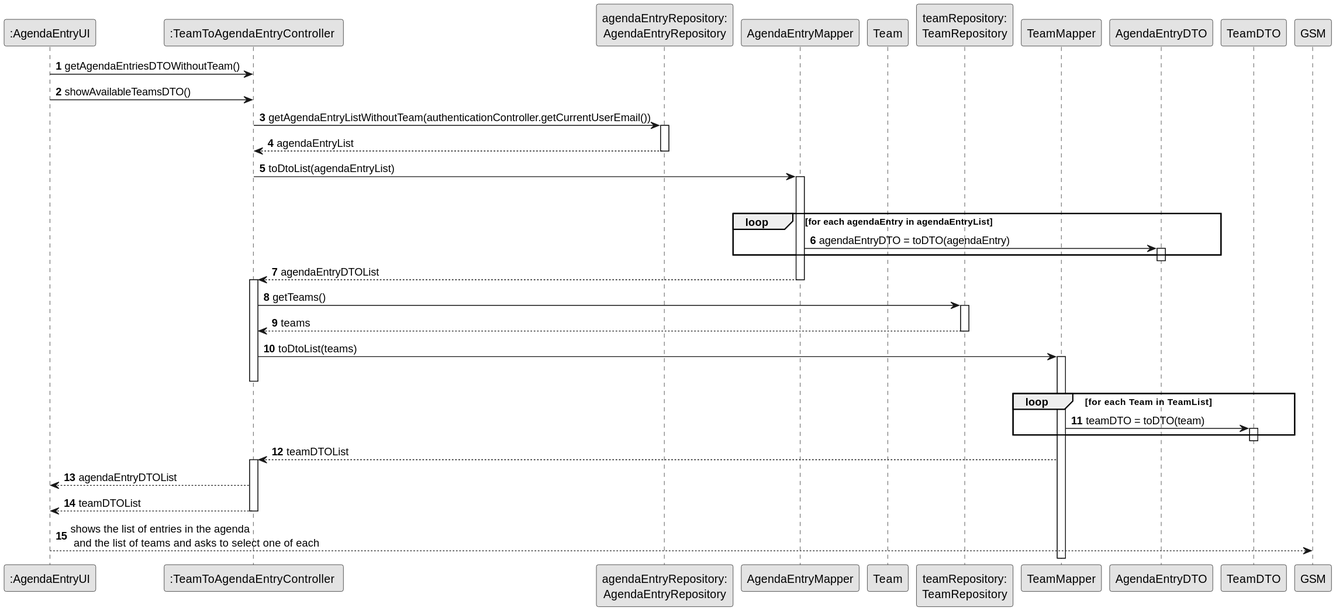
Above: docs/sprintC/us023/03.design/svg/us023-sequence-diagram-showEntriesAndTeams.svg in Departamento-de-Engenharia-Informatica/lei-24-s2-1do-g164 (PlantUML), before the change.
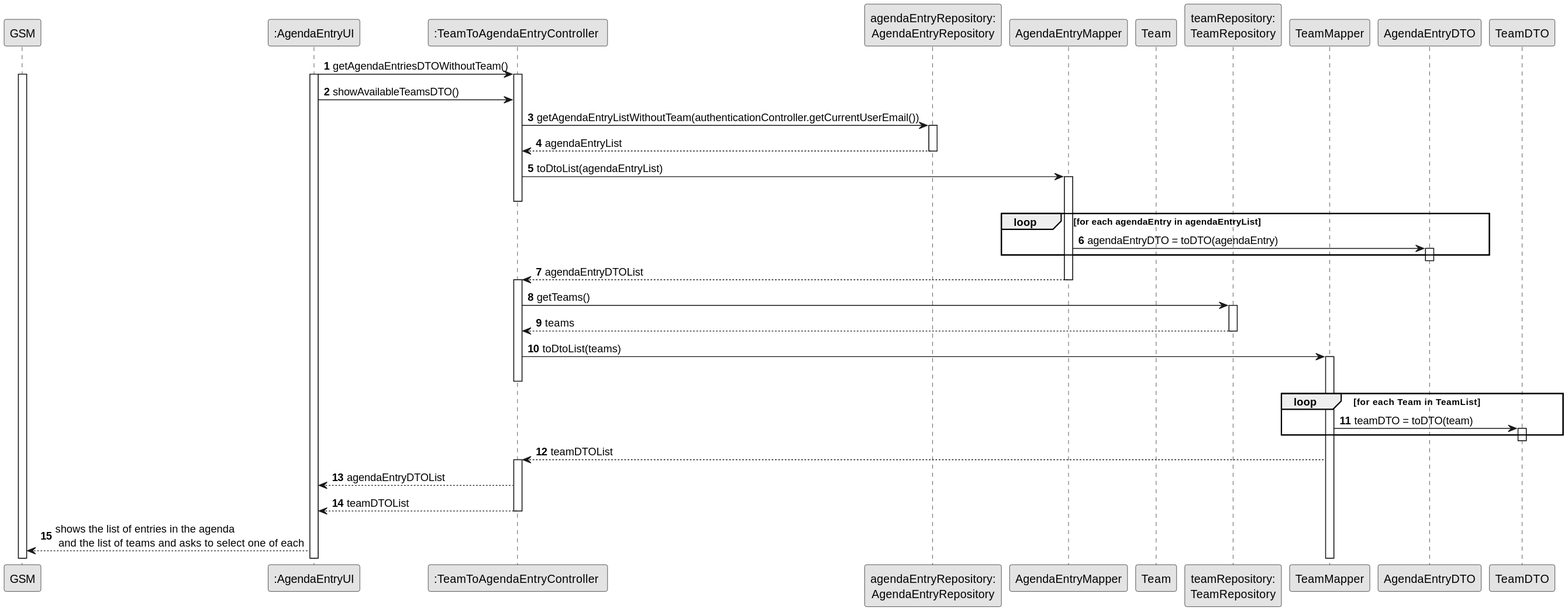
The same diagram one commit later.

Change to the diagram source:
```diff
@@ -4,7 +4,7 @@
 skinparam shadowing false
 
 autonumber
-
+participant GSM as GSM
 participant ":AgendaEntryUI" as ui
 participant ":TeamToAgendaEntryController " as ctrl
 participant "agendaEntryRepository:\nAgendaEntryRepository" as agendaRepo
@@ -16,9 +16,13 @@
 participant "TeamDTO" as TeamDTO
 
 ui-> ctrl: getAgendaEntriesDTOWithoutTeam()
+activate GSM
+activate ui
+activate ctrl
 ui -> ctrl : showAvailableTeamsDTO()
 
 ctrl -> agendaRepo : getAgendaEntryListWithoutTeam(authenticationController.getCurrentUserEmail())
+
 activate agendaRepo
 agendaRepo --> ctrl: agendaEntryList
 deactivate agendaRepo
```
